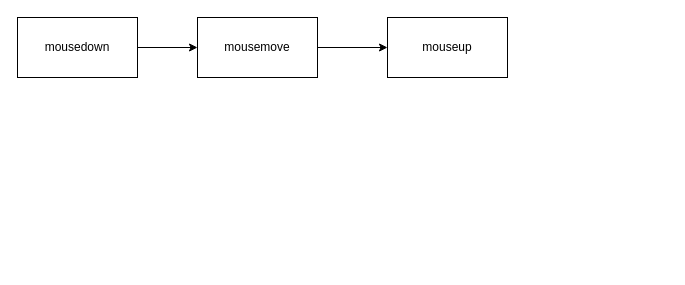
Before: Excel.drawio in OlegRnd/excel-course, a draw.io diagram. Source tidied: cells renumbered, new cells numbered last; positions are measured from the earlier drawing's top-left corner, leaving out a move shared by most shapes. Both pictures are drawn from the tidied source at 100%, with x=0, y=0 at pixel (17, 17).
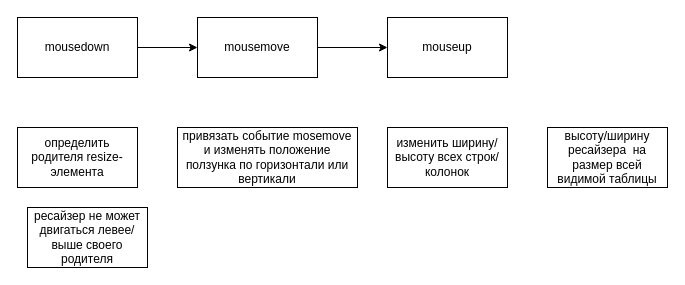
Above is the later version.

The edit, as a diff of the source:
```diff
@@
 <mxGraphModel>
   <root>
     <mxCell id="0" />
     <mxCell id="1" parent="0" />
     <mxCell id="2" style="edgeStyle=orthogonalEdgeStyle;rounded=0;jettySize=auto;html=1;" parent="1" edge="1" source="3" target="5">
       <mxGeometry relative="1" as="geometry" />
     </mxCell>
     <mxCell id="3" value="mousedown" style="rounded=0;whiteSpace=wrap;html=1;" parent="1" vertex="1">
       <mxGeometry width="120" height="60" as="geometry" />
     </mxCell>
     <mxCell id="4" style="edgeStyle=orthogonalEdgeStyle;rounded=0;jettySize=auto;html=1;" parent="1" edge="1" source="5" target="6">
       <mxGeometry relative="1" as="geometry" />
     </mxCell>
     <mxCell id="5" value="mousemove" style="rounded=0;whiteSpace=wrap;html=1;" parent="1" vertex="1">
       <mxGeometry x="180" width="120" height="60" as="geometry" />
     </mxCell>
     <mxCell id="6" value="mouseup" style="rounded=0;whiteSpace=wrap;html=1;" parent="1" vertex="1">
       <mxGeometry x="370" width="120" height="60" as="geometry" />
     </mxCell>
+    <mxCell id="7" value="определить родителя resize-элемента" style="rounded=0;whiteSpace=wrap;html=1;" parent="1" vertex="1">
+      <mxGeometry y="110" width="120" height="60" as="geometry" />
+    </mxCell>
+    <mxCell id="8" value="привязать событие mosemove и изменять положение ползунка по горизонтали или вертикали&lt;br&gt;" style="rounded=0;whiteSpace=wrap;html=1;" parent="1" vertex="1">
+      <mxGeometry x="160" y="110" width="180" height="60" as="geometry" />
+    </mxCell>
+    <mxCell id="9" value="изменить ширину/высоту всех строк/колонок" style="rounded=0;whiteSpace=wrap;html=1;" parent="1" vertex="1">
+      <mxGeometry x="370" y="110" width="120" height="60" as="geometry" />
+    </mxCell>
+    <mxCell id="10" value="высоту/ширину ресайзера&amp;nbsp; на размер всей видимой таблицы" style="rounded=0;whiteSpace=wrap;html=1;" parent="1" vertex="1">
+      <mxGeometry x="530" y="110" width="120" height="60" as="geometry" />
+    </mxCell>
+    <mxCell id="11" value="ресайзер не может двигаться левее/выше своего родителя" style="rounded=0;whiteSpace=wrap;html=1;" parent="1" vertex="1">
+      <mxGeometry x="10" y="190" width="120" height="60" as="geometry" />
+    </mxCell>
   </root>
 </mxGraphModel>
```
